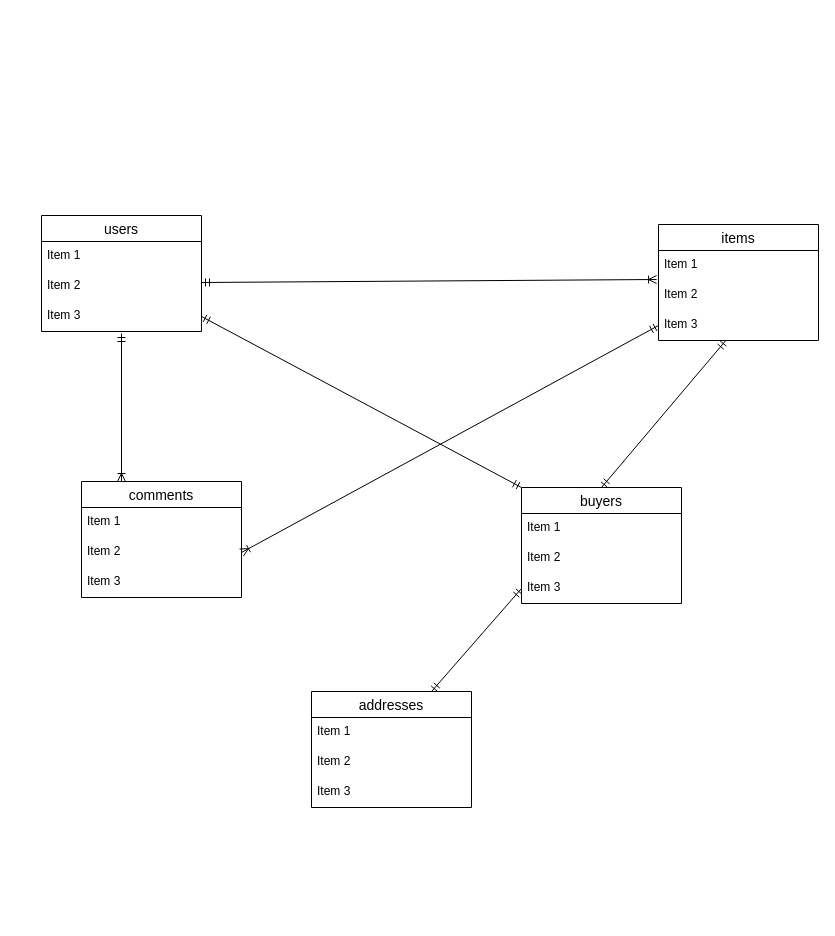
This is furima.dio from masaya-suzu/furima-35486, a draw.io file, before an edit. Source tidied: cells renumbered, new cells numbered last; positions are measured from the earlier drawing's top-left corner, leaving out a move shared by most shapes. Both pictures are drawn from the tidied source at 100%, with x=0, y=0 at pixel (41, 215).
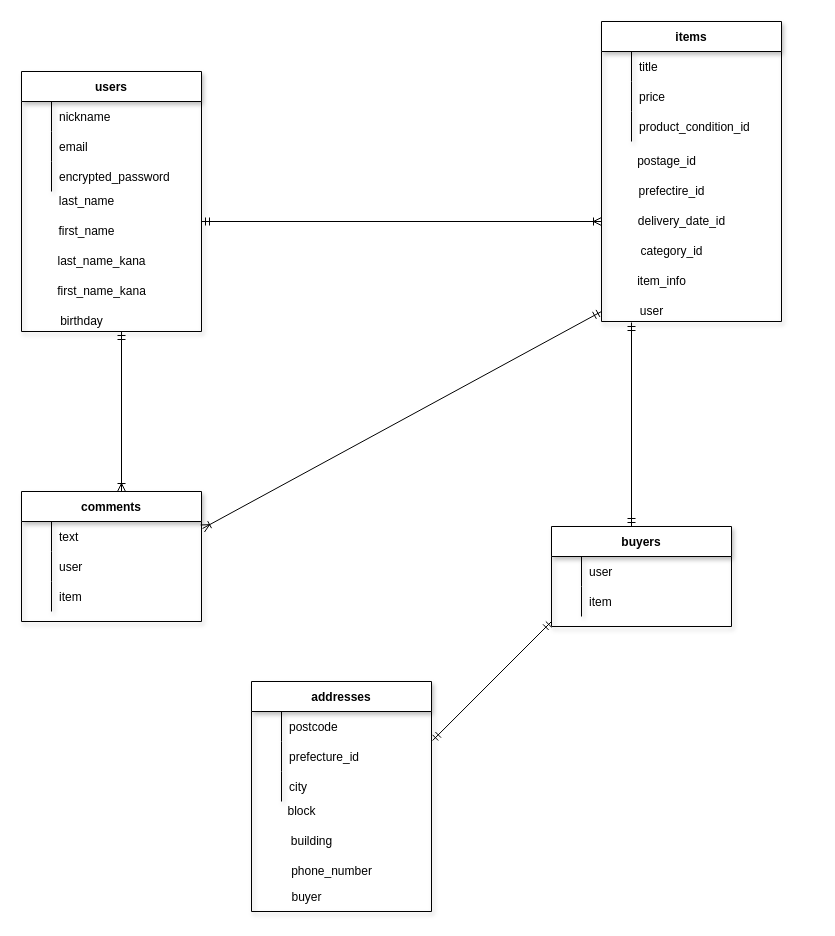
Above is the later version.

Commit message (it also covers changes not shown here):
データベース修正６

Change to the diagram source:
```diff
@@
-    <mxCell id="2" style="edgeStyle=none;rounded=0;jettySize=auto;html=1;exitX=0.75;exitY=0;exitDx=0;exitDy=0;" parent="1" edge="1" source="3">
-      <mxGeometry relative="1" as="geometry">
-        <mxPoint x="120" as="targetPoint" />
-      </mxGeometry>
-    </mxCell>
-    <mxCell id="3" value="users" style="swimlane;fontStyle=0;horizontal=1;startSize=26;align=center;fontSize=14;" parent="1" vertex="1">
-      <mxGeometry width="160" height="116" as="geometry" />
-    </mxCell>
-    <mxCell id="4" value="Item 1" style="text;strokeColor=none;fillColor=none;spacingLeft=4;spacingRight=4;overflow=hidden;fontSize=12;" parent="3" vertex="1">
-      <mxGeometry y="26" width="160" height="30" as="geometry" />
-    </mxCell>
-    <mxCell id="5" style="fontSize=12;html=1;endArrow=ERoneToMany;startArrow=ERmandOne;entryX=-0.012;entryY=0.967;entryDx=0;entryDy=0;entryPerimeter=0;" parent="3" edge="1" target="9">
-      <mxGeometry relative="1" as="geometry">
-        <mxPoint x="160" y="67" as="sourcePoint" />
-      </mxGeometry>
-    </mxCell>
-    <mxCell id="6" value="Item 2" style="text;strokeColor=none;fillColor=none;spacingLeft=4;spacingRight=4;overflow=hidden;fontSize=12;" parent="3" vertex="1">
-      <mxGeometry y="56" width="160" height="30" as="geometry" />
-    </mxCell>
-    <mxCell id="7" value="Item 3" style="text;strokeColor=none;fillColor=none;spacingLeft=4;spacingRight=4;overflow=hidden;points=[[0,0.5],[1,0.5]];portConstraint=eastwest;fontSize=12;" parent="3" vertex="1">
-      <mxGeometry y="86" width="160" height="30" as="geometry" />
-    </mxCell>
-    <mxCell id="8" value="items" style="swimlane;fontStyle=0;horizontal=1;startSize=26;align=center;fontSize=14;" parent="1" vertex="1">
-      <mxGeometry x="617" y="9" width="160" height="116" as="geometry" />
-    </mxCell>
-    <mxCell id="9" value="Item 1" style="text;strokeColor=none;fillColor=none;spacingLeft=4;spacingRight=4;overflow=hidden;points=[[0,0.5],[1,0.5]];portConstraint=eastwest;fontSize=12;" parent="8" vertex="1">
-      <mxGeometry y="26" width="160" height="30" as="geometry" />
-    </mxCell>
-    <mxCell id="10" value="Item 2" style="text;strokeColor=none;fillColor=none;spacingLeft=4;spacingRight=4;overflow=hidden;fontSize=12;" parent="8" vertex="1">
-      <mxGeometry y="56" width="160" height="30" as="geometry" />
-    </mxCell>
-    <mxCell id="11" value="Item 3" style="text;strokeColor=none;fillColor=none;spacingLeft=4;spacingRight=4;overflow=hidden;points=[[0,0.5],[1,0.5]];portConstraint=eastwest;fontSize=12;" parent="8" vertex="1">
-      <mxGeometry y="86" width="160" height="30" as="geometry" />
-    </mxCell>
-    <mxCell id="12" value="comments" style="swimlane;fontStyle=0;horizontal=1;startSize=26;align=center;fontSize=14;" parent="1" vertex="1">
-      <mxGeometry x="40" y="266" width="160" height="116" as="geometry" />
-    </mxCell>
-    <mxCell id="13" value="Item 1" style="text;strokeColor=none;fillColor=none;spacingLeft=4;spacingRight=4;overflow=hidden;fontSize=12;" parent="12" vertex="1">
-      <mxGeometry y="26" width="160" height="30" as="geometry" />
-    </mxCell>
-    <mxCell id="14" value="Item 2" style="text;strokeColor=none;fillColor=none;spacingLeft=4;spacingRight=4;overflow=hidden;points=[[0,0.5],[1,0.5]];portConstraint=eastwest;fontSize=12;" parent="12" vertex="1">
-      <mxGeometry y="56" width="160" height="30" as="geometry" />
-    </mxCell>
-    <mxCell id="15" value="Item 3" style="text;strokeColor=none;fillColor=none;spacingLeft=4;spacingRight=4;overflow=hidden;fontSize=12;" parent="12" vertex="1">
-      <mxGeometry y="86" width="160" height="30" as="geometry" />
-    </mxCell>
-    <mxCell id="16" value="buyers" style="swimlane;fontStyle=0;horizontal=1;startSize=26;align=center;fontSize=14;" parent="1" vertex="1">
-      <mxGeometry x="480" y="272" width="160" height="116" as="geometry" />
-    </mxCell>
-    <mxCell id="17" value="Item 1" style="text;strokeColor=none;fillColor=none;spacingLeft=4;spacingRight=4;overflow=hidden;fontSize=12;" parent="16" vertex="1">
-      <mxGeometry y="26" width="160" height="30" as="geometry" />
-    </mxCell>
-    <mxCell id="18" value="Item 2" style="text;strokeColor=none;fillColor=none;spacingLeft=4;spacingRight=4;overflow=hidden;fontSize=12;" parent="16" vertex="1">
-      <mxGeometry y="56" width="160" height="30" as="geometry" />
-    </mxCell>
-    <mxCell id="19" value="Item 3" style="text;strokeColor=none;fillColor=none;spacingLeft=4;spacingRight=4;overflow=hidden;points=[[0,0.5],[1,0.5]];portConstraint=eastwest;fontSize=12;" parent="16" vertex="1">
-      <mxGeometry y="86" width="160" height="30" as="geometry" />
-    </mxCell>
-    <mxCell id="20" value="addresses" style="swimlane;fontStyle=0;horizontal=1;startSize=26;align=center;fontSize=14;" parent="1" vertex="1">
-      <mxGeometry x="270" y="476" width="160" height="116" as="geometry" />
-    </mxCell>
-    <mxCell id="21" value="Item 1" style="text;strokeColor=none;fillColor=none;spacingLeft=4;spacingRight=4;overflow=hidden;fontSize=12;" parent="20" vertex="1">
-      <mxGeometry y="26" width="160" height="30" as="geometry" />
-    </mxCell>
-    <mxCell id="22" value="Item 2" style="text;strokeColor=none;fillColor=none;spacingLeft=4;spacingRight=4;overflow=hidden;fontSize=12;" parent="20" vertex="1">
-      <mxGeometry y="56" width="160" height="30" as="geometry" />
-    </mxCell>
-    <mxCell id="23" value="Item 3" style="text;strokeColor=none;fillColor=none;spacingLeft=4;spacingRight=4;overflow=hidden;fontSize=12;" parent="20" vertex="1">
-      <mxGeometry y="86" width="160" height="30" as="geometry" />
-    </mxCell>
-    <mxCell id="24" style="fontSize=12;html=1;endArrow=ERoneToMany;startArrow=ERmandOne;entryX=0.25;entryY=0;entryDx=0;entryDy=0;" parent="1" edge="1" target="12">
+    <mxCell id="24" style="fontSize=12;html=1;endArrow=ERoneToMany;startArrow=ERmandOne;entryX=0.25;entryY=0;entryDx=0;entryDy=0;" parent="1" edge="1">
       <mxGeometry relative="1" as="geometry">
-        <mxPoint x="80" y="118" as="sourcePoint" />
+        <mxPoint x="80" y="116" as="sourcePoint" />
+        <mxPoint x="80" y="276" as="targetPoint" />
       </mxGeometry>
     </mxCell>
-    <mxCell id="25" style="edgeStyle=none;rounded=0;jettySize=auto;html=1;exitX=0.5;exitY=0;exitDx=0;exitDy=0;" parent="1" edge="1" source="12">
+    <mxCell id="25" style="edgeStyle=none;rounded=0;orthogonalLoop=1;jettySize=auto;html=1;exitX=0.5;exitY=0;exitDx=0;exitDy=0;" parent="1" edge="1">
       <mxGeometry relative="1" as="geometry">
+        <mxPoint x="120" y="266" as="sourcePoint" />
         <mxPoint x="120" y="266" as="targetPoint" />
       </mxGeometry>
     </mxCell>
-    <mxCell id="26" style="edgeStyle=none;rounded=0;jettySize=auto;html=1;exitX=0.75;exitY=0;exitDx=0;exitDy=0;" parent="1" edge="1" source="3">
-      <mxGeometry relative="1" as="geometry">
-        <mxPoint x="120" as="targetPoint" />
-      </mxGeometry>
-    </mxCell>
-    <mxCell id="27" style="fontSize=12;html=1;endArrow=ERmandOne;startArrow=ERmandOne;exitX=1;exitY=0.5;exitDx=0;exitDy=0;entryX=0;entryY=0;entryDx=0;entryDy=0;" parent="1" edge="1" source="7" target="16">
-      <mxGeometry relative="1" as="geometry" />
-    </mxCell>
-    <mxCell id="28" style="fontSize=12;html=1;endArrow=ERmandOne;startArrow=ERmandOne;exitX=0.5;exitY=0;exitDx=0;exitDy=0;" parent="1" edge="1" source="16" target="11">
-      <mxGeometry relative="1" as="geometry" />
+    <mxCell id="28" style="fontSize=12;html=1;endArrow=ERmandOne;startArrow=ERmandOne;exitX=0.5;exitY=0;exitDx=0;exitDy=0;entryX=0;entryY=1.05;entryDx=0;entryDy=0;entryPerimeter=0;" parent="1" edge="1" target="61">
+      <mxGeometry relative="1" as="geometry">
+        <mxPoint x="590" y="311" as="sourcePoint" />
+      </mxGeometry>
     </mxCell>
-    <mxCell id="29" style="fontSize=12;html=1;endArrow=ERoneToMany;startArrow=ERmandOne;exitX=0;exitY=0.5;exitDx=0;exitDy=0;entryX=1;entryY=0.5;entryDx=0;entryDy=0;" parent="1" edge="1" source="11" target="14">
-      <mxGeometry relative="1" as="geometry" />
+    <mxCell id="29" style="fontSize=12;html=1;endArrow=ERoneToMany;startArrow=ERmandOne;exitX=0;exitY=0.5;exitDx=0;exitDy=0;entryX=1.006;entryY=0.233;entryDx=0;entryDy=0;entryPerimeter=0;" parent="1" edge="1" target="63">
+      <mxGeometry relative="1" as="geometry">
+        <mxPoint x="560" y="96" as="sourcePoint" />
+      </mxGeometry>
     </mxCell>
-    <mxCell id="30" style="fontSize=12;html=1;endArrow=ERmandOne;startArrow=ERmandOne;entryX=0;entryY=0.5;entryDx=0;entryDy=0;exitX=0.75;exitY=0;exitDx=0;exitDy=0;" parent="1" edge="1" source="20" target="19">
-      <mxGeometry relative="1" as="geometry" />
+    <mxCell id="30" style="fontSize=12;html=1;endArrow=ERmandOne;startArrow=ERmandOne;entryX=0;entryY=0.5;entryDx=0;entryDy=0;exitX=1.006;exitY=-0.033;exitDx=0;exitDy=0;exitPerimeter=0;" parent="1" edge="1" source="81">
+      <mxGeometry relative="1" as="geometry">
+        <mxPoint x="510" y="406" as="targetPoint" />
+      </mxGeometry>
     </mxCell>
+    <mxCell id="31" style="edgeStyle=none;rounded=0;orthogonalLoop=1;jettySize=auto;html=1;entryX=0.5;entryY=1;entryDx=0;entryDy=0;" parent="1" edge="1">
+      <mxGeometry relative="1" as="geometry">
+        <mxPoint x="80" y="72" as="sourcePoint" />
+        <mxPoint x="80" y="72" as="targetPoint" />
+      </mxGeometry>
+    </mxCell>
+    <mxCell id="32" style="edgeStyle=none;rounded=0;orthogonalLoop=1;jettySize=auto;html=1;entryX=0.5;entryY=1;entryDx=0;entryDy=0;" parent="1" edge="1">
+      <mxGeometry relative="1" as="geometry">
+        <mxPoint x="75" y="12" as="sourcePoint" />
+        <mxPoint x="75" y="12" as="targetPoint" />
+      </mxGeometry>
+    </mxCell>
+    <mxCell id="3" value="users" style="shape=table;startSize=30;childLayout=tableLayout;rowLines=0;fontStyle=1;align=center;shadow=1;" parent="1" vertex="1">
+      <mxGeometry x="-20" y="-144" width="180" height="260" as="geometry" />
+    </mxCell>
+    <mxCell id="33" style="shape=partialRectangle;fillColor=none;top=0;left=0;bottom=0;right=0;" parent="3" vertex="1">
+      <mxGeometry y="30" width="180" height="30" as="geometry" />
+    </mxCell>
+    <mxCell id="34" style="shape=partialRectangle;fillColor=none;top=0;left=0;bottom=0;right=0;overflow=hidden;" parent="33" vertex="1">
+      <mxGeometry width="30" height="30" as="geometry" />
+    </mxCell>
+    <mxCell id="35" value="nickname" style="shape=partialRectangle;fillColor=none;top=0;left=0;bottom=0;right=0;align=left;spacingLeft=6;overflow=hidden;" parent="33" vertex="1">
+      <mxGeometry x="30" width="150" height="30" as="geometry" />
+    </mxCell>
+    <mxCell id="36" style="shape=partialRectangle;fillColor=none;top=0;left=0;bottom=0;right=0;" parent="3" vertex="1">
+      <mxGeometry y="60" width="180" height="30" as="geometry" />
+    </mxCell>
+    <mxCell id="37" style="shape=partialRectangle;fillColor=none;top=0;left=0;bottom=0;right=0;overflow=hidden;" parent="36" vertex="1">
+      <mxGeometry width="30" height="30" as="geometry" />
+    </mxCell>
+    <mxCell id="38" value="email" style="shape=partialRectangle;fillColor=none;top=0;left=0;bottom=0;right=0;align=left;spacingLeft=6;overflow=hidden;" parent="36" vertex="1">
+      <mxGeometry x="30" width="150" height="30" as="geometry" />
+    </mxCell>
+    <mxCell id="39" style="shape=partialRectangle;fillColor=none;top=0;left=0;bottom=0;right=0;" parent="3" vertex="1">
+      <mxGeometry y="90" width="180" height="30" as="geometry" />
+    </mxCell>
+    <mxCell id="40" style="shape=partialRectangle;fillColor=none;top=0;left=0;bottom=0;right=0;overflow=hidden;" parent="39" vertex="1">
+      <mxGeometry width="30" height="30" as="geometry" />
+    </mxCell>
+    <mxCell id="41" value="encrypted_password" style="shape=partialRectangle;fillColor=none;top=0;left=0;bottom=0;right=0;align=left;spacingLeft=6;overflow=hidden;" parent="39" vertex="1">
+      <mxGeometry x="30" width="150" height="30" as="geometry" />
+    </mxCell>
+    <mxCell id="42" value="last_name" style="text;html=1;align=center;verticalAlign=middle;strokeColor=none;" parent="1" vertex="1">
+      <mxGeometry x="10" y="-24" width="70" height="20" as="geometry" />
+    </mxCell>
+    <mxCell id="43" value="first_name" style="text;html=1;align=center;verticalAlign=middle;strokeColor=none;" parent="1" vertex="1">
+      <mxGeometry x="10" y="6" width="70" height="20" as="geometry" />
+    </mxCell>
+    <mxCell id="44" value="last_name_kana" style="text;html=1;align=center;verticalAlign=middle;strokeColor=none;" parent="1" vertex="1">
+      <mxGeometry x="10" y="36" width="100" height="20" as="geometry" />
+    </mxCell>
+    <mxCell id="45" value="first_name_kana" style="text;html=1;align=center;verticalAlign=middle;strokeColor=none;" parent="1" vertex="1">
+      <mxGeometry x="10" y="66" width="100" height="20" as="geometry" />
+    </mxCell>
+    <mxCell id="46" value="birthday" style="text;html=1;align=center;verticalAlign=middle;strokeColor=none;" parent="1" vertex="1">
+      <mxGeometry x="10" y="96" width="60" height="20" as="geometry" />
+    </mxCell>
+    <mxCell id="8" value="items" style="shape=table;startSize=30;childLayout=tableLayout;rowLines=0;fontStyle=1;align=center;shadow=1;" parent="1" vertex="1">
+      <mxGeometry x="560" y="-194" width="180" height="300" as="geometry" />
+    </mxCell>
+    <mxCell id="47" style="shape=partialRectangle;fillColor=none;top=0;left=0;bottom=0;right=0;" parent="8" vertex="1">
+      <mxGeometry y="30" width="180" height="30" as="geometry" />
+    </mxCell>
+    <mxCell id="48" style="shape=partialRectangle;fillColor=none;top=0;left=0;bottom=0;right=0;overflow=hidden;" parent="47" vertex="1">
+      <mxGeometry width="30" height="30" as="geometry" />
+    </mxCell>
+    <mxCell id="49" value="title" style="shape=partialRectangle;fillColor=none;top=0;left=0;bottom=0;right=0;align=left;spacingLeft=6;overflow=hidden;" parent="47" vertex="1">
+      <mxGeometry x="30" width="150" height="30" as="geometry" />
+    </mxCell>
+    <mxCell id="50" style="shape=partialRectangle;fillColor=none;top=0;left=0;bottom=0;right=0;" parent="8" vertex="1">
+      <mxGeometry y="60" width="180" height="30" as="geometry" />
+    </mxCell>
+    <mxCell id="51" style="shape=partialRectangle;fillColor=none;top=0;left=0;bottom=0;right=0;overflow=hidden;" parent="50" vertex="1">
+      <mxGeometry width="30" height="30" as="geometry" />
+    </mxCell>
+    <mxCell id="52" value="price" style="shape=partialRectangle;fillColor=none;top=0;left=0;bottom=0;right=0;align=left;spacingLeft=6;overflow=hidden;" parent="50" vertex="1">
+      <mxGeometry x="30" width="150" height="30" as="geometry" />
+    </mxCell>
+    <mxCell id="53" style="shape=partialRectangle;fillColor=none;top=0;left=0;bottom=0;right=0;" parent="8" vertex="1">
+      <mxGeometry y="90" width="180" height="30" as="geometry" />
+    </mxCell>
+    <mxCell id="54" style="shape=partialRectangle;fillColor=none;top=0;left=0;bottom=0;right=0;overflow=hidden;" parent="53" vertex="1">
+      <mxGeometry width="30" height="30" as="geometry" />
+    </mxCell>
+    <mxCell id="55" value="product_condition_id" style="shape=partialRectangle;fillColor=none;top=0;left=0;bottom=0;right=0;align=left;spacingLeft=6;overflow=hidden;" parent="53" vertex="1">
+      <mxGeometry x="30" width="150" height="30" as="geometry" />
+    </mxCell>
+    <mxCell id="56" value="postage_id" style="text;html=1;align=center;verticalAlign=middle;strokeColor=none;" parent="1" vertex="1">
+      <mxGeometry x="590" y="-64" width="70" height="20" as="geometry" />
+    </mxCell>
+    <mxCell id="57" value="prefectire_id" style="text;html=1;align=center;verticalAlign=middle;strokeColor=none;" parent="1" vertex="1">
+      <mxGeometry x="590" y="-34" width="80" height="20" as="geometry" />
+    </mxCell>
+    <mxCell id="58" value="delivery_date_id" style="text;html=1;align=center;verticalAlign=middle;strokeColor=none;" parent="1" vertex="1">
+      <mxGeometry x="590" y="-4" width="100" height="20" as="geometry" />
+    </mxCell>
+    <mxCell id="59" value="category_id" style="text;html=1;align=center;verticalAlign=middle;strokeColor=none;" parent="1" vertex="1">
+      <mxGeometry x="590" y="26" width="80" height="20" as="geometry" />
+    </mxCell>
+    <mxCell id="60" value="item_info" style="text;html=1;align=center;verticalAlign=middle;strokeColor=none;" parent="1" vertex="1">
+      <mxGeometry x="590" y="56" width="60" height="20" as="geometry" />
+    </mxCell>
+    <mxCell id="61" value="user" style="text;html=1;align=center;verticalAlign=middle;points=[];strokeColor=none;" parent="1" vertex="1">
+      <mxGeometry x="590" y="86" width="40" height="20" as="geometry" />
+    </mxCell>
+    <mxCell id="62" style="fontSize=12;html=1;endArrow=ERoneToMany;startArrow=ERmandOne;" parent="1" edge="1">
+      <mxGeometry relative="1" as="geometry">
+        <mxPoint x="160" y="6" as="sourcePoint" />
+        <mxPoint x="560" y="6" as="targetPoint" />
+      </mxGeometry>
+    </mxCell>
+    <mxCell id="12" value="comments" style="shape=table;startSize=30;childLayout=tableLayout;rowLines=0;fontStyle=1;align=center;shadow=1;" parent="1" vertex="1">
+      <mxGeometry x="-20" y="276" width="180" height="130" as="geometry" />
+    </mxCell>
+    <mxCell id="63" style="shape=partialRectangle;fillColor=none;top=0;left=0;bottom=0;right=0;points=[[0,0.5],[1,0.5]];portConstraint=eastwest;" parent="12" vertex="1">
+      <mxGeometry y="30" width="180" height="30" as="geometry" />
+    </mxCell>
+    <mxCell id="64" style="shape=partialRectangle;fillColor=none;top=0;left=0;bottom=0;right=0;overflow=hidden;" parent="63" vertex="1">
+      <mxGeometry width="30" height="30" as="geometry" />
+    </mxCell>
+    <mxCell id="65" value="text" style="shape=partialRectangle;fillColor=none;top=0;left=0;bottom=0;right=0;align=left;spacingLeft=6;overflow=hidden;" parent="63" vertex="1">
+      <mxGeometry x="30" width="150" height="30" as="geometry" />
+    </mxCell>
+    <mxCell id="66" style="shape=partialRectangle;fillColor=none;top=0;left=0;bottom=0;right=0;" parent="12" vertex="1">
+      <mxGeometry y="60" width="180" height="30" as="geometry" />
+    </mxCell>
+    <mxCell id="67" style="shape=partialRectangle;fillColor=none;top=0;left=0;bottom=0;right=0;overflow=hidden;" parent="66" vertex="1">
+      <mxGeometry width="30" height="30" as="geometry" />
+    </mxCell>
+    <mxCell id="68" value="user" style="shape=partialRectangle;fillColor=none;top=0;left=0;bottom=0;right=0;align=left;spacingLeft=6;overflow=hidden;" parent="66" vertex="1">
+      <mxGeometry x="30" width="150" height="30" as="geometry" />
+    </mxCell>
+    <mxCell id="69" style="shape=partialRectangle;fillColor=none;top=0;left=0;bottom=0;right=0;" parent="12" vertex="1">
+      <mxGeometry y="90" width="180" height="30" as="geometry" />
+    </mxCell>
+    <mxCell id="70" style="shape=partialRectangle;fillColor=none;top=0;left=0;bottom=0;right=0;overflow=hidden;" parent="69" vertex="1">
+      <mxGeometry width="30" height="30" as="geometry" />
+    </mxCell>
+    <mxCell id="71" value="item" style="shape=partialRectangle;fillColor=none;top=0;left=0;bottom=0;right=0;align=left;spacingLeft=6;overflow=hidden;" parent="69" vertex="1">
+      <mxGeometry x="30" width="150" height="30" as="geometry" />
+    </mxCell>
+    <mxCell id="16" value="buyers" style="shape=table;startSize=30;childLayout=tableLayout;rowLines=0;fontStyle=1;align=center;shadow=1;" parent="1" vertex="1">
+      <mxGeometry x="510" y="311" width="180" height="100" as="geometry" />
+    </mxCell>
+    <mxCell id="72" style="shape=partialRectangle;fillColor=none;top=0;left=0;bottom=0;right=0;" parent="16" vertex="1">
+      <mxGeometry y="30" width="180" height="30" as="geometry" />
+    </mxCell>
+    <mxCell id="73" style="shape=partialRectangle;fillColor=none;top=0;left=0;bottom=0;right=0;overflow=hidden;" parent="72" vertex="1">
+      <mxGeometry width="30" height="30" as="geometry" />
+    </mxCell>
+    <mxCell id="74" value="user" style="shape=partialRectangle;fillColor=none;top=0;left=0;bottom=0;right=0;align=left;spacingLeft=6;overflow=hidden;" parent="72" vertex="1">
+      <mxGeometry x="30" width="150" height="30" as="geometry" />
+    </mxCell>
+    <mxCell id="75" style="shape=partialRectangle;fillColor=none;top=0;left=0;bottom=0;right=0;" parent="16" vertex="1">
+      <mxGeometry y="60" width="180" height="30" as="geometry" />
+    </mxCell>
+    <mxCell id="76" style="shape=partialRectangle;fillColor=none;top=0;left=0;bottom=0;right=0;overflow=hidden;" parent="75" vertex="1">
+      <mxGeometry width="30" height="30" as="geometry" />
+    </mxCell>
+    <mxCell id="77" value="item" style="shape=partialRectangle;fillColor=none;top=0;left=0;bottom=0;right=0;align=left;spacingLeft=6;overflow=hidden;" parent="75" vertex="1">
+      <mxGeometry x="30" width="150" height="30" as="geometry" />
+    </mxCell>
+    <mxCell id="20" value="addresses" style="shape=table;startSize=30;childLayout=tableLayout;rowLines=0;fontStyle=1;align=center;shadow=1;" parent="1" vertex="1">
+      <mxGeometry x="210" y="466" width="180" height="230" as="geometry" />
+    </mxCell>
+    <mxCell id="78" style="shape=partialRectangle;fillColor=none;top=0;left=0;bottom=0;right=0;" parent="20" vertex="1">
+      <mxGeometry y="30" width="180" height="30" as="geometry" />
+    </mxCell>
+    <mxCell id="79" style="shape=partialRectangle;fillColor=none;top=0;left=0;bottom=0;right=0;overflow=hidden;" parent="78" vertex="1">
+      <mxGeometry width="30" height="30" as="geometry" />
+    </mxCell>
+    <mxCell id="80" value="postcode" style="shape=partialRectangle;fillColor=none;top=0;left=0;bottom=0;right=0;align=left;spacingLeft=6;overflow=hidden;" parent="78" vertex="1">
+      <mxGeometry x="30" width="150" height="30" as="geometry" />
+    </mxCell>
+    <mxCell id="81" style="shape=partialRectangle;fillColor=none;top=0;left=0;bottom=0;right=0;points=[[0,0.5],[1,0.5]];portConstraint=eastwest;" parent="20" vertex="1">
+      <mxGeometry y="60" width="180" height="30" as="geometry" />
+    </mxCell>
+    <mxCell id="82" style="shape=partialRectangle;fillColor=none;top=0;left=0;bottom=0;right=0;overflow=hidden;" parent="81" vertex="1">
+      <mxGeometry width="30" height="30" as="geometry" />
+    </mxCell>
+    <mxCell id="83" value="prefecture_id" style="shape=partialRectangle;fillColor=none;top=0;left=0;bottom=0;right=0;align=left;spacingLeft=6;overflow=hidden;" parent="81" vertex="1">
+      <mxGeometry x="30" width="150" height="30" as="geometry" />
+    </mxCell>
+    <mxCell id="84" style="shape=partialRectangle;fillColor=none;top=0;left=0;bottom=0;right=0;" parent="20" vertex="1">
+      <mxGeometry y="90" width="180" height="30" as="geometry" />
+    </mxCell>
+    <mxCell id="85" style="shape=partialRectangle;fillColor=none;top=0;left=0;bottom=0;right=0;overflow=hidden;" parent="84" vertex="1">
+      <mxGeometry width="30" height="30" as="geometry" />
+    </mxCell>
+    <mxCell id="86" value="city" style="shape=partialRectangle;fillColor=none;top=0;left=0;bottom=0;right=0;align=left;spacingLeft=6;overflow=hidden;" parent="84" vertex="1">
+      <mxGeometry x="30" width="150" height="30" as="geometry" />
+    </mxCell>
+    <mxCell id="87" value="block" style="text;html=1;align=center;verticalAlign=middle;strokeColor=none;" parent="1" vertex="1">
+      <mxGeometry x="240" y="586" width="40" height="20" as="geometry" />
+    </mxCell>
+    <mxCell id="88" value="building" style="text;html=1;align=center;verticalAlign=middle;strokeColor=none;" parent="1" vertex="1">
+      <mxGeometry x="240" y="616" width="60" height="20" as="geometry" />
+    </mxCell>
+    <mxCell id="89" value="phone_number" style="text;html=1;align=center;verticalAlign=middle;strokeColor=none;" parent="1" vertex="1">
+      <mxGeometry x="240" y="646" width="100" height="20" as="geometry" />
+    </mxCell>
+    <mxCell id="90" value="buyer" style="text;html=1;align=center;verticalAlign=middle;strokeColor=none;" parent="1" vertex="1">
+      <mxGeometry x="240" y="672" width="50" height="20" as="geometry" />
+    </mxCell>
```
